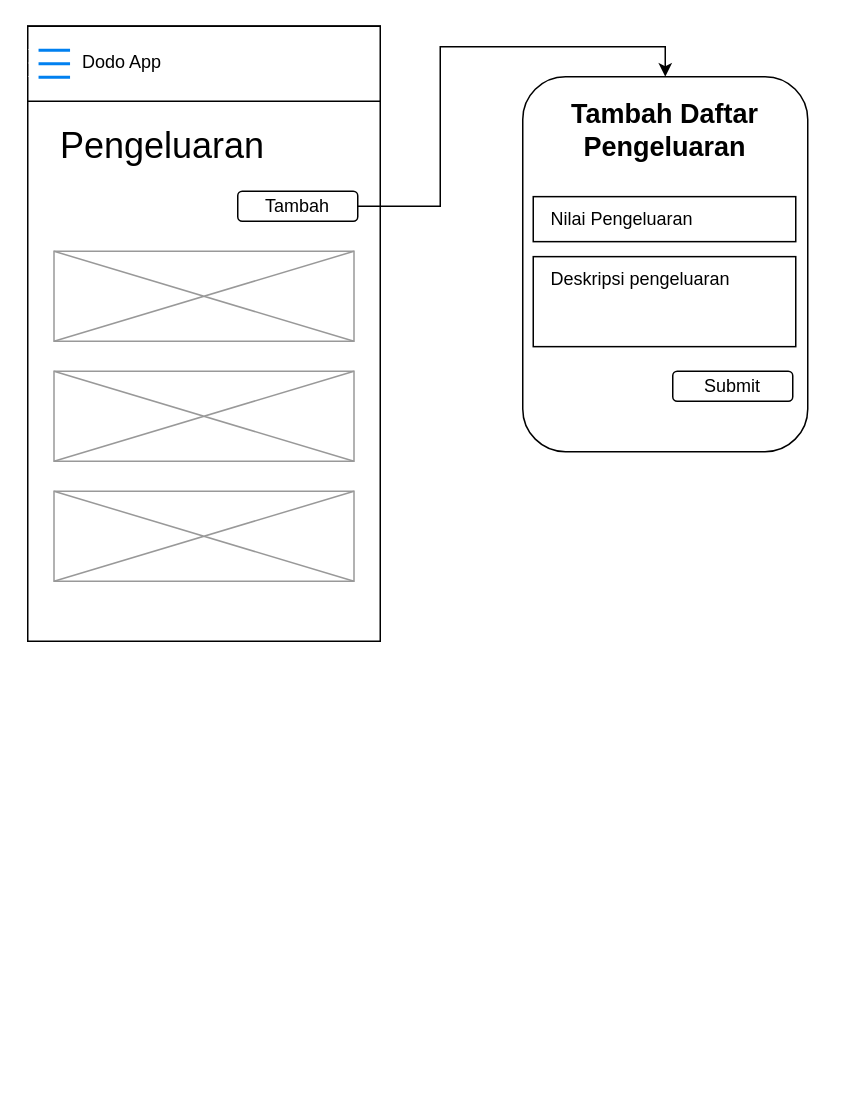
Earlier version of the draw.io diagram page "Daily Expenses" (4 of 4) of Diagram/Wireframe.drawio (ryusu777/dodo-app). Source tidied: cells renumbered, new cells numbered last; positions are measured from the earlier drawing's top-left corner, leaving out a move shared by most shapes. Both pictures are drawn from the tidied source at 150%, with x=0, y=0 at pixel (27, 26).
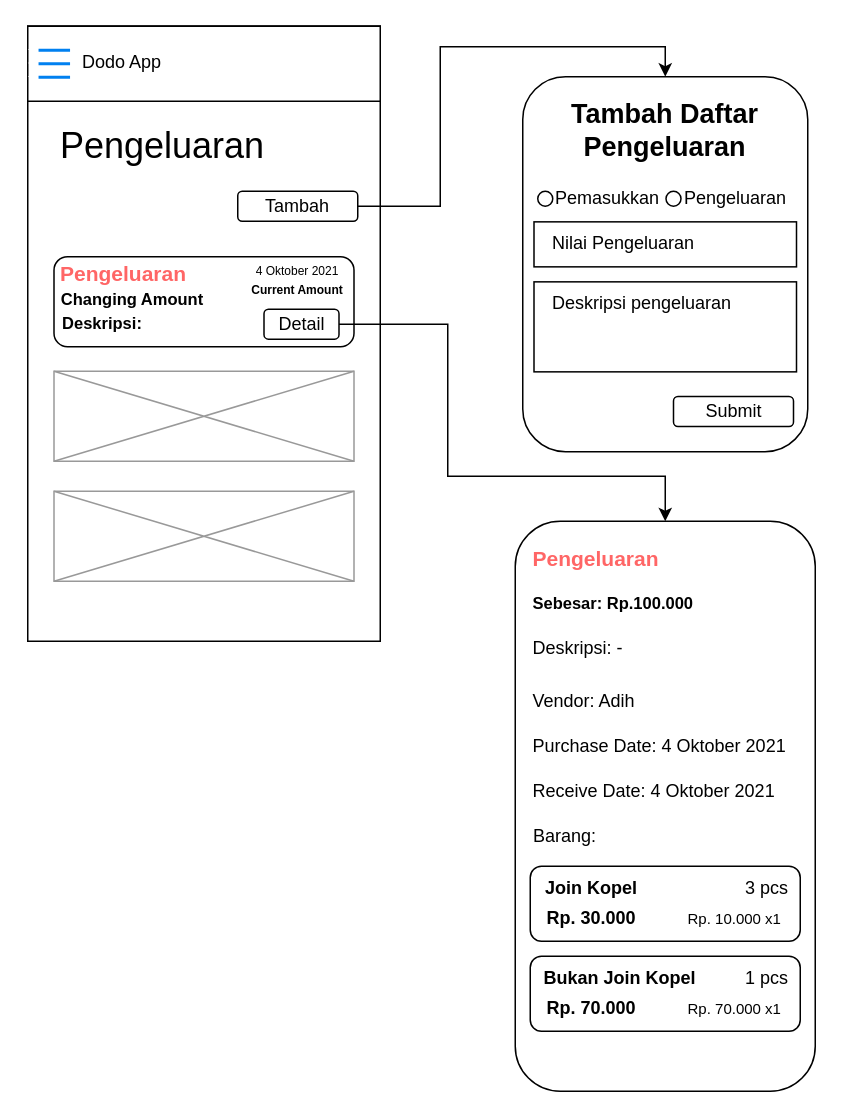
After the change.

Commit message:
Update Daily Expenses's Wireframe

What changed in the source:
```diff
@@
-    <mxCell id="7" style="verticalLabelPosition=bottom;shadow=0;dashed=0;align=center;html=1;verticalAlign=top;strokeWidth=1;shape=mxgraph.mockup.graphics.simpleIcon;strokeColor=#999999;" parent="1" vertex="1">
-      <mxGeometry x="17.5" y="150" width="200" height="60" as="geometry" />
-    </mxCell>
@@
     <mxCell id="17" style="rounded=0;whiteSpace=wrap;html=1;" parent="1" vertex="1">
-      <mxGeometry x="337" y="113.6" width="175" height="30" as="geometry" />
+      <mxGeometry x="337.5" y="130.4" width="175" height="30" as="geometry" />
     </mxCell>
     <mxCell id="18" value="Nilai Pengeluaran" style="text;html=1;strokeColor=none;fillColor=none;align=left;verticalAlign=middle;whiteSpace=wrap;rounded=0;" parent="1" vertex="1">
-      <mxGeometry x="347" y="113.6" width="105" height="30" as="geometry" />
+      <mxGeometry x="347.5" y="130.4" width="105" height="30" as="geometry" />
     </mxCell>
     <mxCell id="19" style="rounded=0;whiteSpace=wrap;html=1;" parent="1" vertex="1">
-      <mxGeometry x="337" y="153.6" width="175" height="60" as="geometry" />
+      <mxGeometry x="337.5" y="170.4" width="175" height="60" as="geometry" />
     </mxCell>
     <mxCell id="20" value="Deskripsi pengeluaran" style="text;html=1;strokeColor=none;fillColor=none;align=left;verticalAlign=middle;whiteSpace=wrap;rounded=0;" parent="1" vertex="1">
-      <mxGeometry x="347" y="153.6" width="125" height="30" as="geometry" />
+      <mxGeometry x="347.5" y="170.4" width="125" height="30" as="geometry" />
     </mxCell>
     <mxCell id="21" style="rounded=1;whiteSpace=wrap;html=1;" parent="1" vertex="1">
-      <mxGeometry x="430" y="230" width="80" height="20" as="geometry" />
+      <mxGeometry x="430.5" y="246.8" width="80" height="20" as="geometry" />
     </mxCell>
     <mxCell id="22" value="Submit" style="text;html=1;strokeColor=none;fillColor=none;align=center;verticalAlign=middle;whiteSpace=wrap;rounded=0;" parent="1" vertex="1">
-      <mxGeometry x="440" y="230" width="60" height="20" as="geometry" />
+      <mxGeometry x="440.5" y="246.8" width="60" height="20" as="geometry" />
     </mxCell>
@@
+    <mxCell id="24" style="rounded=1;whiteSpace=wrap;html=1;" parent="1" vertex="1">
+      <mxGeometry x="17.5" y="153.6" width="200" height="60" as="geometry" />
+    </mxCell>
+    <mxCell id="25" value="&lt;b&gt;&lt;font style=&quot;font-size: 14px&quot; color=&quot;#ff6666&quot;&gt;Pengeluaran&lt;/font&gt;&lt;/b&gt;" style="text;html=1;strokeColor=none;fillColor=none;align=left;verticalAlign=middle;whiteSpace=wrap;rounded=0;" parent="1" vertex="1">
+      <mxGeometry x="20" y="150" width="100" height="30" as="geometry" />
+    </mxCell>
+    <mxCell id="26" value="&lt;b&gt;&lt;font style=&quot;font-size: 11px&quot;&gt;Deskripsi:&lt;/font&gt;&lt;/b&gt;" style="text;html=1;strokeColor=none;fillColor=none;align=center;verticalAlign=middle;whiteSpace=wrap;rounded=0;" parent="1" vertex="1">
+      <mxGeometry x="10" y="183" width="80" height="30" as="geometry" />
+    </mxCell>
+    <mxCell id="27" value="&lt;font style=&quot;font-size: 8px&quot;&gt;4 Oktober 2021&lt;/font&gt;" style="text;html=1;strokeColor=none;fillColor=none;align=center;verticalAlign=middle;whiteSpace=wrap;rounded=0;" parent="1" vertex="1">
+      <mxGeometry x="147.1" y="156.6" width="65.9" height="10" as="geometry" />
+    </mxCell>
+    <mxCell id="28" style="edgeStyle=orthogonalEdgeStyle;rounded=0;jettySize=auto;html=1;entryX=0.5;entryY=0;entryDx=0;entryDy=0;" parent="1" edge="1" source="29" target="36">
+      <mxGeometry relative="1" as="geometry">
+        <Array as="points">
+          <mxPoint x="280" y="199" />
+          <mxPoint x="280" y="300" />
+          <mxPoint x="425" y="300" />
+        </Array>
+      </mxGeometry>
+    </mxCell>
+    <mxCell id="29" value="Detail" style="rounded=1;whiteSpace=wrap;html=1;" parent="1" vertex="1">
+      <mxGeometry x="157.5" y="188.6" width="50" height="20" as="geometry" />
+    </mxCell>
+    <mxCell id="30" value="&lt;font style=&quot;font-size: 8px&quot;&gt;&lt;b&gt;Current Amount&lt;/b&gt;&lt;/font&gt;" style="text;html=1;strokeColor=none;fillColor=none;align=center;verticalAlign=middle;whiteSpace=wrap;rounded=0;" parent="1" vertex="1">
+      <mxGeometry x="145" y="170.4" width="70" height="10" as="geometry" />
+    </mxCell>
+    <mxCell id="31" style="ellipse;whiteSpace=wrap;html=1;" parent="1" vertex="1">
+      <mxGeometry x="340" y="110" width="10" height="10" as="geometry" />
+    </mxCell>
+    <mxCell id="32" value="Pemasukkan" style="text;html=1;strokeColor=none;fillColor=none;align=left;verticalAlign=middle;whiteSpace=wrap;rounded=0;" parent="1" vertex="1">
+      <mxGeometry x="350" y="100" width="75" height="30" as="geometry" />
+    </mxCell>
+    <mxCell id="33" style="ellipse;whiteSpace=wrap;html=1;" parent="1" vertex="1">
+      <mxGeometry x="425.5" y="110" width="10" height="10" as="geometry" />
+    </mxCell>
+    <mxCell id="34" value="Pengeluaran" style="text;html=1;strokeColor=none;fillColor=none;align=left;verticalAlign=middle;whiteSpace=wrap;rounded=0;" parent="1" vertex="1">
+      <mxGeometry x="435.5" y="100" width="75" height="30" as="geometry" />
+    </mxCell>
+    <mxCell id="35" value="&lt;b&gt;&lt;font style=&quot;font-size: 11px&quot;&gt;Changing Amount&lt;/font&gt;&lt;/b&gt;" style="text;html=1;strokeColor=none;fillColor=none;align=center;verticalAlign=middle;whiteSpace=wrap;rounded=0;" parent="1" vertex="1">
+      <mxGeometry x="15" y="166.6" width="110" height="30" as="geometry" />
+    </mxCell>
+    <mxCell id="36" style="rounded=1;whiteSpace=wrap;html=1;" parent="1" vertex="1">
+      <mxGeometry x="325" y="330" width="200" height="380" as="geometry" />
+    </mxCell>
+    <mxCell id="37" value="&lt;b&gt;&lt;font style=&quot;font-size: 14px&quot; color=&quot;#ff6666&quot;&gt;Pengeluaran&lt;/font&gt;&lt;/b&gt;" style="text;html=1;strokeColor=none;fillColor=none;align=left;verticalAlign=middle;whiteSpace=wrap;rounded=0;" parent="1" vertex="1">
+      <mxGeometry x="335" y="340" width="100" height="30" as="geometry" />
+    </mxCell>
+    <mxCell id="38" value="&lt;b&gt;&lt;font style=&quot;font-size: 11px&quot;&gt;Sebesar: Rp.100.000&lt;/font&gt;&lt;/b&gt;" style="text;html=1;strokeColor=none;fillColor=none;align=left;verticalAlign=middle;whiteSpace=wrap;rounded=0;" parent="1" vertex="1">
+      <mxGeometry x="335" y="370" width="120" height="30" as="geometry" />
+    </mxCell>
+    <mxCell id="39" value="Deskripsi: -" style="text;html=1;strokeColor=none;fillColor=none;align=left;verticalAlign=middle;whiteSpace=wrap;rounded=0;" parent="1" vertex="1">
+      <mxGeometry x="335" y="400" width="130" height="30" as="geometry" />
+    </mxCell>
+    <mxCell id="40" value="Vendor: Adih" style="text;html=1;strokeColor=none;fillColor=none;align=left;verticalAlign=middle;whiteSpace=wrap;rounded=0;" parent="1" vertex="1">
+      <mxGeometry x="335" y="440" width="80" height="20" as="geometry" />
+    </mxCell>
+    <mxCell id="41" value="Purchase Date: 4 Oktober 2021" style="text;html=1;strokeColor=none;fillColor=none;align=left;verticalAlign=middle;whiteSpace=wrap;rounded=0;" parent="1" vertex="1">
+      <mxGeometry x="335" y="470" width="180" height="20" as="geometry" />
+    </mxCell>
+    <mxCell id="42" value="Receive Date: 4&amp;nbsp;Oktober 2021" style="text;html=1;strokeColor=none;fillColor=none;align=left;verticalAlign=middle;whiteSpace=wrap;rounded=0;" parent="1" vertex="1">
+      <mxGeometry x="335" y="500" width="180" height="20" as="geometry" />
+    </mxCell>
+    <mxCell id="43" style="group;" parent="1" vertex="1">
+      <mxGeometry x="335" y="620" width="180" height="50" as="geometry" />
+    </mxCell>
+    <mxCell id="44" style="rounded=1;whiteSpace=wrap;html=1;align=left;" parent="43" vertex="1">
+      <mxGeometry width="180" height="50" as="geometry" />
+    </mxCell>
+    <mxCell id="45" value="&lt;b&gt;Bukan Join Kopel&lt;/b&gt;" style="text;html=1;strokeColor=none;fillColor=none;align=center;verticalAlign=middle;whiteSpace=wrap;rounded=0;" parent="43" vertex="1">
+      <mxGeometry width="120" height="30" as="geometry" />
+    </mxCell>
+    <mxCell id="46" value="&lt;b&gt;Rp. 70.000&lt;/b&gt;" style="text;html=1;strokeColor=none;fillColor=none;align=center;verticalAlign=middle;whiteSpace=wrap;rounded=0;" parent="43" vertex="1">
+      <mxGeometry y="20" width="81.8" height="30" as="geometry" />
+    </mxCell>
+    <mxCell id="47" value="1 pcs" style="text;html=1;strokeColor=none;fillColor=none;align=center;verticalAlign=middle;whiteSpace=wrap;rounded=0;" parent="43" vertex="1">
+      <mxGeometry x="136.4" width="43.6" height="30" as="geometry" />
+    </mxCell>
+    <mxCell id="48" value="&lt;font style=&quot;font-size: 10px&quot;&gt;Rp. 70.000 x1&lt;/font&gt;" style="text;html=1;strokeColor=none;fillColor=none;align=center;verticalAlign=middle;whiteSpace=wrap;rounded=0;" parent="43" vertex="1">
+      <mxGeometry x="92.7" y="25" width="87.3" height="20" as="geometry" />
+    </mxCell>
+    <mxCell id="49" style="group;" parent="1" vertex="1">
+      <mxGeometry x="335" y="560" width="180" height="50" as="geometry" />
+    </mxCell>
+    <mxCell id="50" style="rounded=1;whiteSpace=wrap;html=1;align=left;" parent="49" vertex="1">
+      <mxGeometry width="180" height="50" as="geometry" />
+    </mxCell>
+    <mxCell id="51" value="&lt;b&gt;Join Kopel&lt;/b&gt;" style="text;html=1;strokeColor=none;fillColor=none;align=center;verticalAlign=middle;whiteSpace=wrap;rounded=0;" parent="49" vertex="1">
+      <mxGeometry width="81.8" height="30" as="geometry" />
+    </mxCell>
+    <mxCell id="52" value="&lt;b&gt;Rp. 30.000&lt;/b&gt;" style="text;html=1;strokeColor=none;fillColor=none;align=center;verticalAlign=middle;whiteSpace=wrap;rounded=0;" parent="49" vertex="1">
+      <mxGeometry y="20" width="81.8" height="30" as="geometry" />
+    </mxCell>
+    <mxCell id="53" value="3 pcs" style="text;html=1;strokeColor=none;fillColor=none;align=center;verticalAlign=middle;whiteSpace=wrap;rounded=0;" parent="49" vertex="1">
+      <mxGeometry x="136.4" width="43.6" height="30" as="geometry" />
+    </mxCell>
+    <mxCell id="54" value="&lt;font style=&quot;font-size: 10px&quot;&gt;Rp. 10.000 x1&lt;/font&gt;" style="text;html=1;strokeColor=none;fillColor=none;align=center;verticalAlign=middle;whiteSpace=wrap;rounded=0;" parent="49" vertex="1">
+      <mxGeometry x="92.7" y="25" width="87.3" height="20" as="geometry" />
+    </mxCell>
+    <mxCell id="55" value="Barang:&amp;nbsp;" style="text;html=1;strokeColor=none;fillColor=none;align=center;verticalAlign=middle;whiteSpace=wrap;rounded=0;" parent="1" vertex="1">
+      <mxGeometry x="335" y="530" width="50" height="20" as="geometry" />
+    </mxCell>
```
